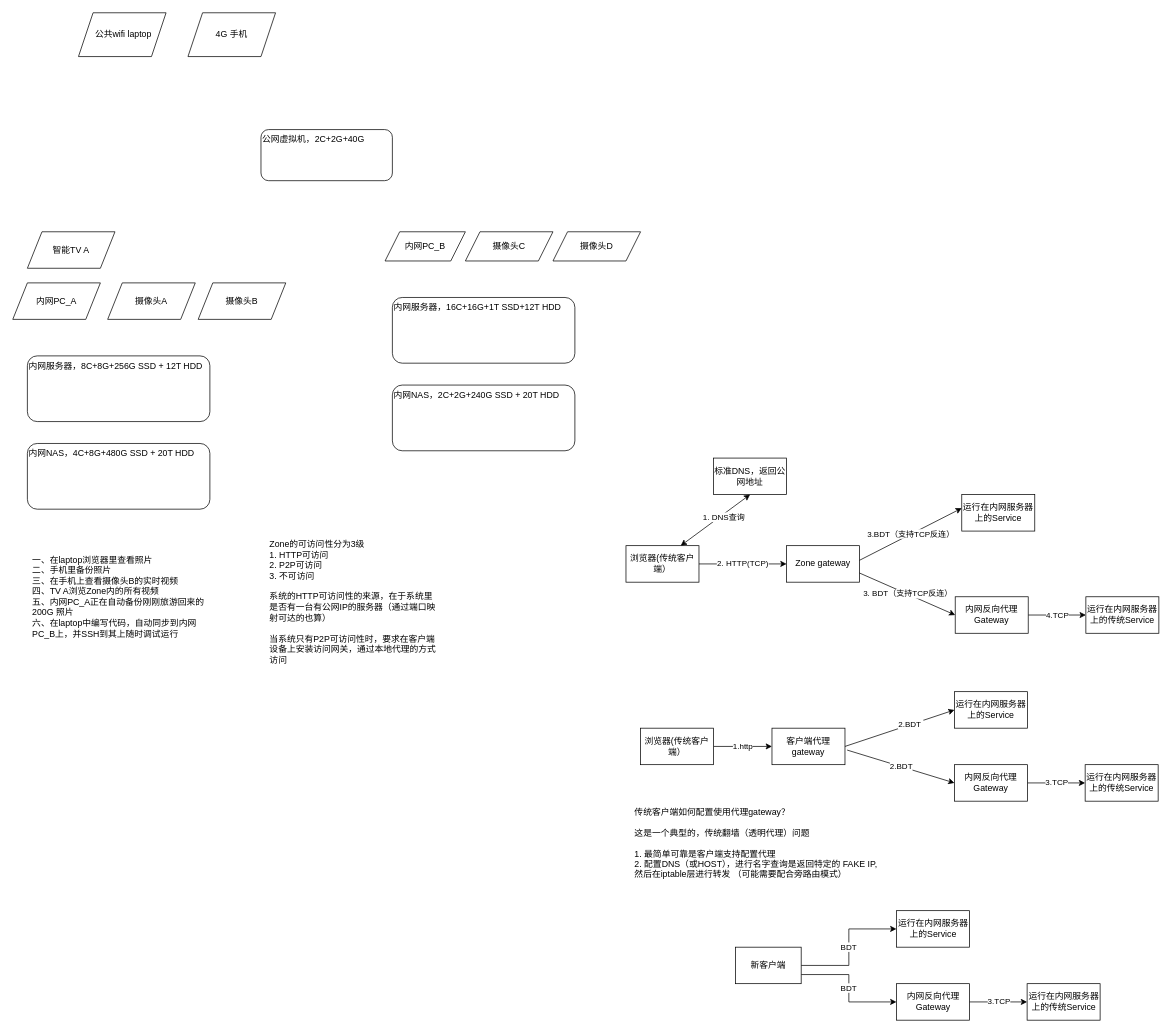
Earlier version of the draw.io diagram page "典型拓扑图（无AI）" (6 of 7) of doc/buckyos.drawio (buckyos/buckyos). Source tidied: cells renumbered, new cells numbered last; positions are measured from the earlier drawing's top-left corner, leaving out a move shared by most shapes. Both pictures are drawn from the tidied source at 73%, with x=0, y=0 at pixel (12, 12).
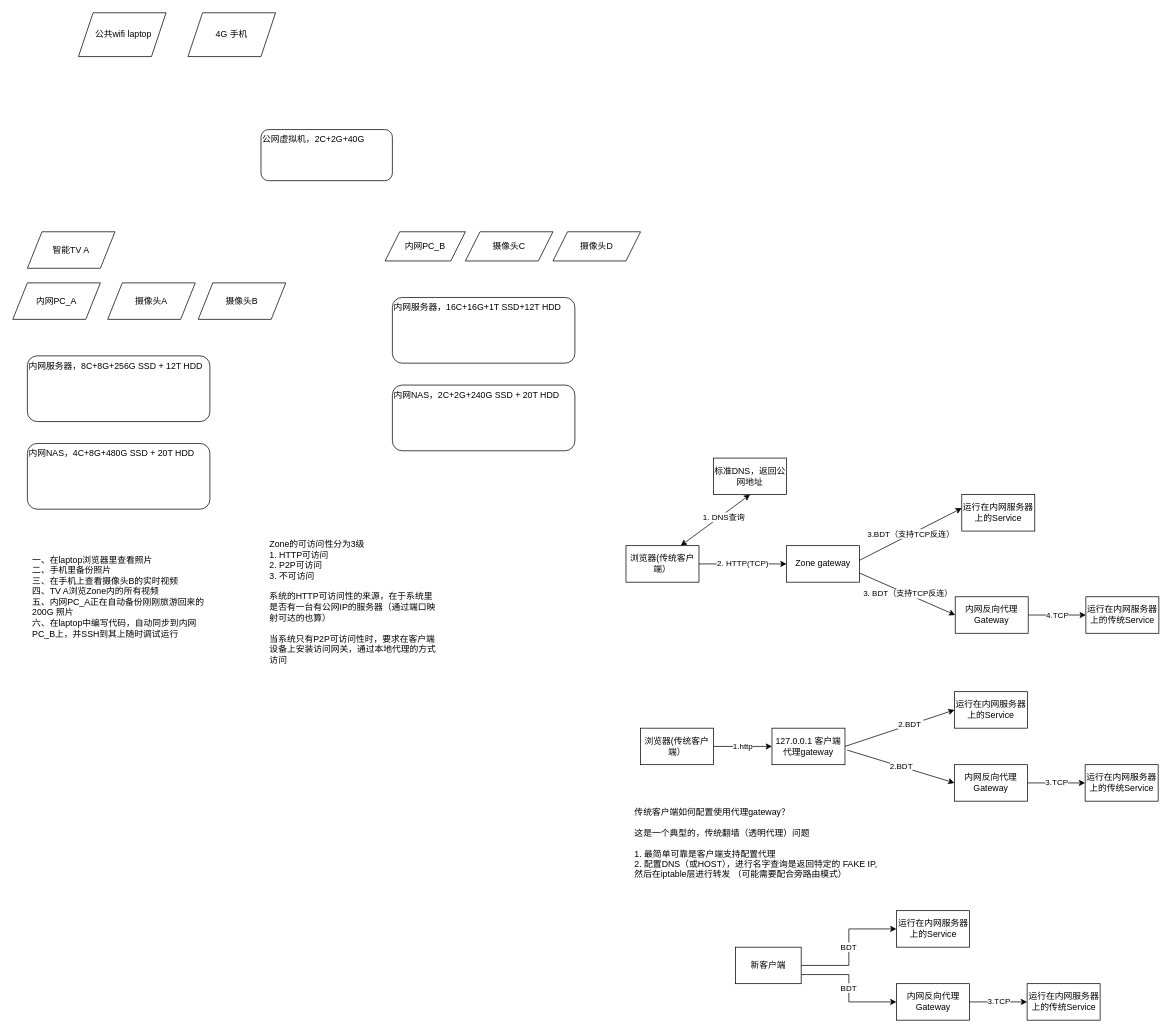
The same page after the edit.

What changed in the source:
```diff
@@
-    <mxCell id="32" value="客户端代理gateway" style="rounded=0;whiteSpace=wrap;html=1;" parent="1" vertex="1">
+    <mxCell id="32" value="127.0.0.1 客户端代理gateway" style="rounded=0;whiteSpace=wrap;html=1;" parent="1" vertex="1">
       <mxGeometry x="1040" y="980" width="100" height="50" as="geometry" />
     </mxCell>
```
